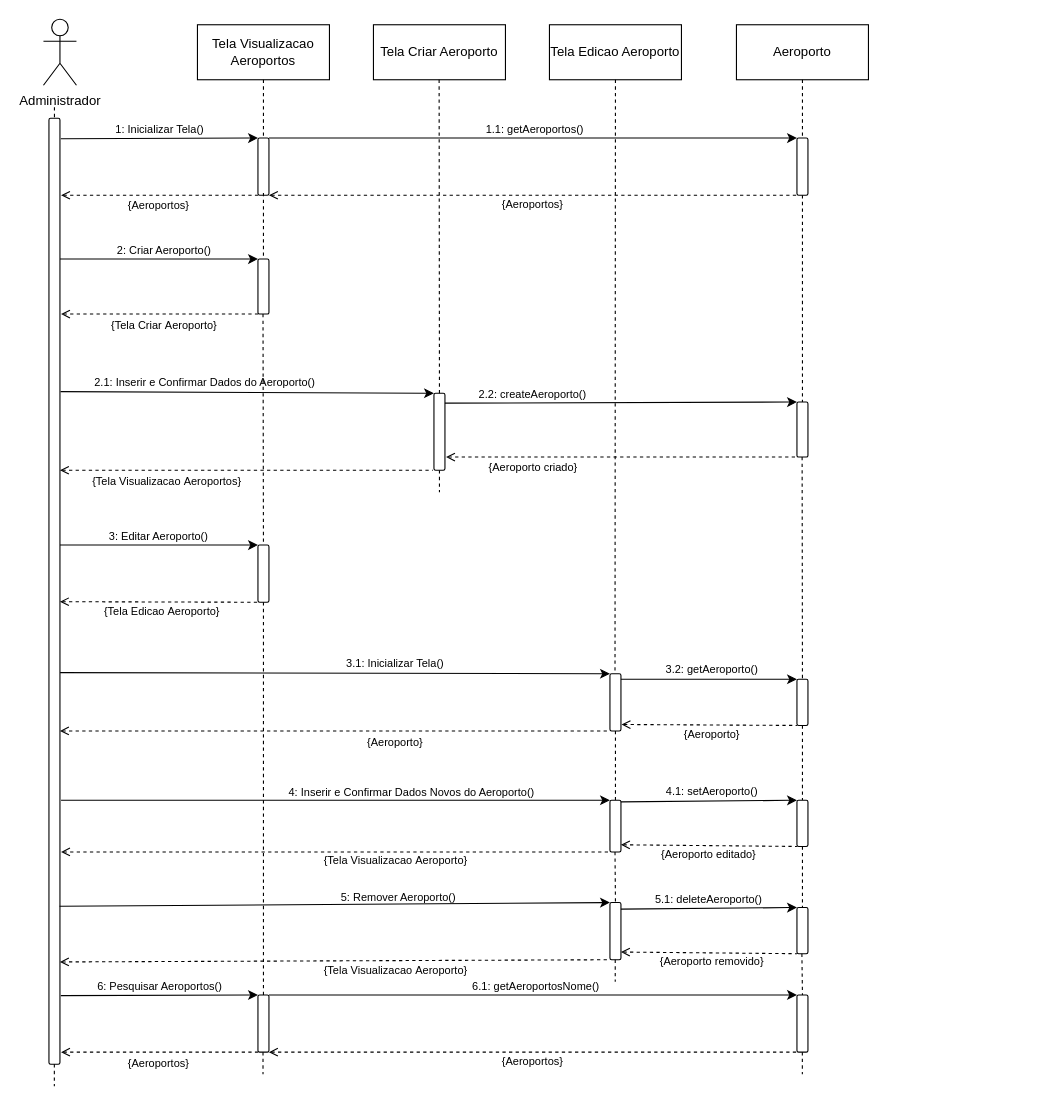
This is Diagramas/Eng_de_Software/Modelos/Sequencia/Manter_Aeroportos.drawio from GabrielGMori/trabalho-conclus-o-ano, a draw.io file, before an edit. Source tidied: cells renumbered, new cells numbered last; positions are measured from the earlier drawing's top-left corner, leaving out a move shared by most shapes. Both pictures are drawn from the tidied source at 110%, with x=0, y=0 at pixel (43, 19).
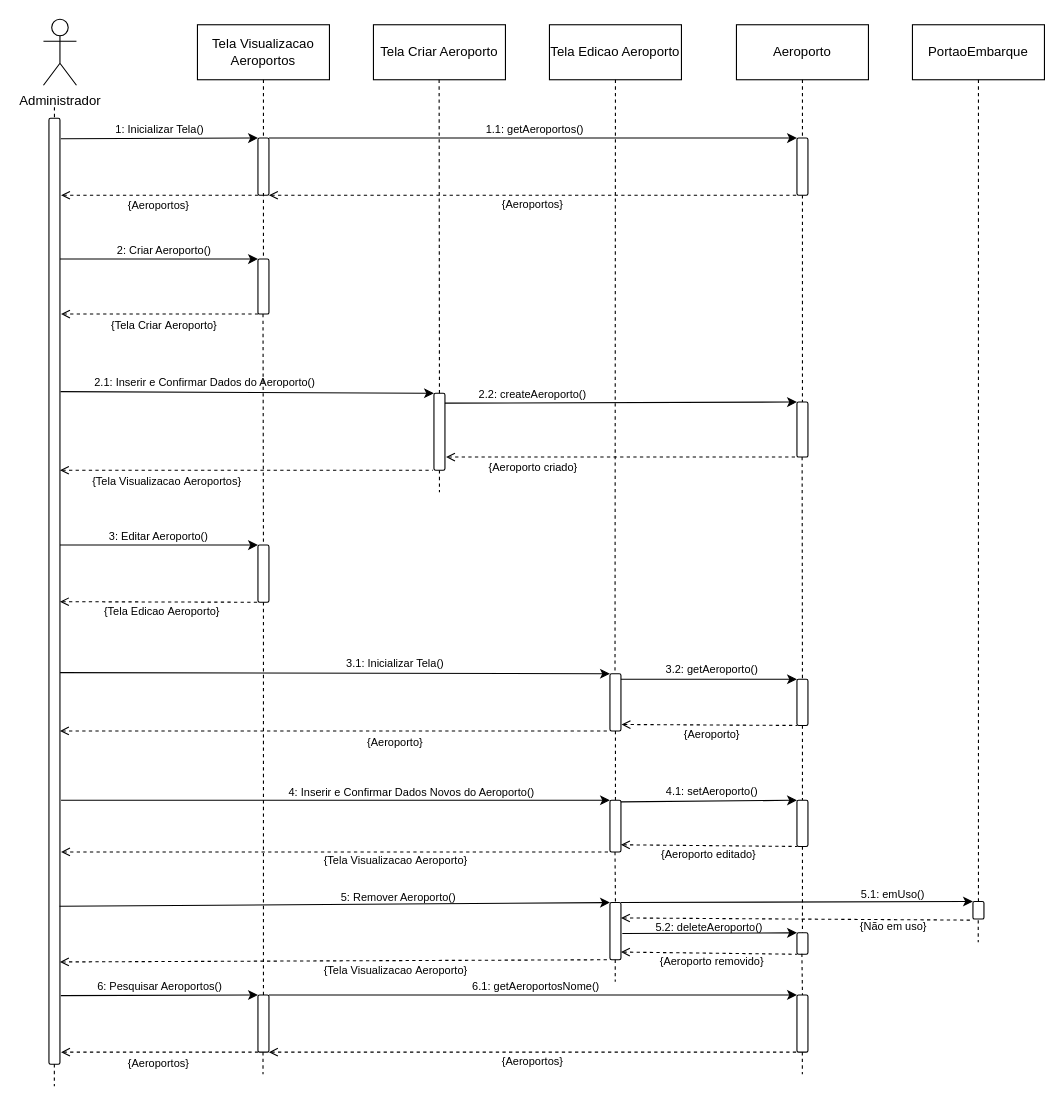
After the change.

The change refers to these unchanged cells:
```xml
<mxCell id="64" style="rounded=1;whiteSpace=wrap;html=1;" parent="1" vertex="1">
  <mxGeometry x="515" y="803" width="10" height="52" as="geometry" />
</mxCell>
```

Diff of the diagram source:
```diff
@@
     <mxCell id="68" style="rounded=1;whiteSpace=wrap;html=1;" parent="1" vertex="1">
-      <mxGeometry x="685" y="807.5" width="10" height="42" as="geometry" />
+      <mxGeometry x="685" y="830.5" width="10" height="19.5" as="geometry" />
     </mxCell>
-    <mxCell id="69" value="&lt;font&gt;5.1: delete&lt;/font&gt;Aeroporto&lt;font&gt;()&lt;/font&gt;" style="text;html=1;align=center;verticalAlign=middle;whiteSpace=wrap;rounded=0;fontSize=10;" parent="1" vertex="1">
-      <mxGeometry x="525" y="789.5" width="160" height="20" as="geometry" />
+    <mxCell id="69" value="&lt;font&gt;5.2: delete&lt;/font&gt;Aeroporto&lt;font&gt;()&lt;/font&gt;" style="text;html=1;align=center;verticalAlign=middle;whiteSpace=wrap;rounded=0;fontSize=10;" parent="1" vertex="1">
+      <mxGeometry x="552.5" y="815" width="105" height="20" as="geometry" />
     </mxCell>
-    <mxCell id="70" style="endArrow=classic;html=1;rounded=0;exitX=1;exitY=0;exitDx=0;exitDy=0;entryX=0;entryY=0;entryDx=0;entryDy=0;" parent="1" edge="1" target="68">
-      <mxGeometry relative="1" as="geometry">
-        <mxPoint x="525" y="809" as="sourcePoint" />
-      </mxGeometry>
+    <mxCell id="70" style="endArrow=classic;html=1;rounded=0;entryX=0;entryY=0;entryDx=0;entryDy=0;exitX=1.125;exitY=0.541;exitDx=0;exitDy=0;exitPerimeter=0;" parent="1" edge="1" source="64" target="68">
+      <mxGeometry relative="1" as="geometry" />
     </mxCell>
@@
+    <mxCell id="99" value="PortaoEmbarque" style="rounded=0;whiteSpace=wrap;html=1;" parent="1" vertex="1">
+      <mxGeometry x="790" y="5" width="120" height="50" as="geometry" />
+    </mxCell>
+    <mxCell id="100" style="endArrow=none;dashed=1;html=1;rounded=0;exitX=0.5;exitY=1;exitDx=0;exitDy=0;entryX=0.5;entryY=0;entryDx=0;entryDy=0;" parent="1" edge="1" source="99" target="101">
+      <mxGeometry relative="1" as="geometry" />
+    </mxCell>
+    <mxCell id="101" style="rounded=1;whiteSpace=wrap;html=1;" parent="1" vertex="1">
+      <mxGeometry x="845" y="802" width="10" height="16" as="geometry" />
+    </mxCell>
+    <mxCell id="102" style="endArrow=classic;html=1;rounded=0;exitX=1;exitY=0;exitDx=0;exitDy=0;entryX=0;entryY=0;entryDx=0;entryDy=0;" parent="1" edge="1" source="64" target="101">
+      <mxGeometry relative="1" as="geometry" />
+    </mxCell>
+    <mxCell id="103" style="endArrow=none;html=1;rounded=0;entryX=0;entryY=1;entryDx=0;entryDy=0;dashed=1;endFill=0;startArrow=open;startFill=0;exitX=1;exitY=0.25;exitDx=0;exitDy=0;" parent="1" edge="1">
+      <mxGeometry relative="1" as="geometry">
+        <mxPoint x="525" y="817" as="sourcePoint" />
+        <mxPoint x="845" y="819" as="targetPoint" />
+      </mxGeometry>
+    </mxCell>
+    <mxCell id="104" value="&lt;font&gt;5.1: emUso&lt;/font&gt;&lt;font&gt;()&lt;/font&gt;" style="text;html=1;align=center;verticalAlign=middle;whiteSpace=wrap;rounded=0;fontSize=10;" parent="1" vertex="1">
+      <mxGeometry x="720" y="785" width="105" height="20" as="geometry" />
+    </mxCell>
+    <mxCell id="105" value="{Não em uso}" style="text;html=1;align=center;verticalAlign=middle;whiteSpace=wrap;rounded=0;fontSize=10;" parent="1" vertex="1">
+      <mxGeometry x="707.5" y="813.5" width="130" height="20" as="geometry" />
+    </mxCell>
+    <mxCell id="106" style="endArrow=none;dashed=1;html=1;rounded=0;exitX=0.5;exitY=1;exitDx=0;exitDy=0;" parent="1" edge="1">
+      <mxGeometry relative="1" as="geometry">
+        <mxPoint x="849.8" y="819" as="sourcePoint" />
+        <mxPoint x="849.8" y="839" as="targetPoint" />
+      </mxGeometry>
+    </mxCell>
```
